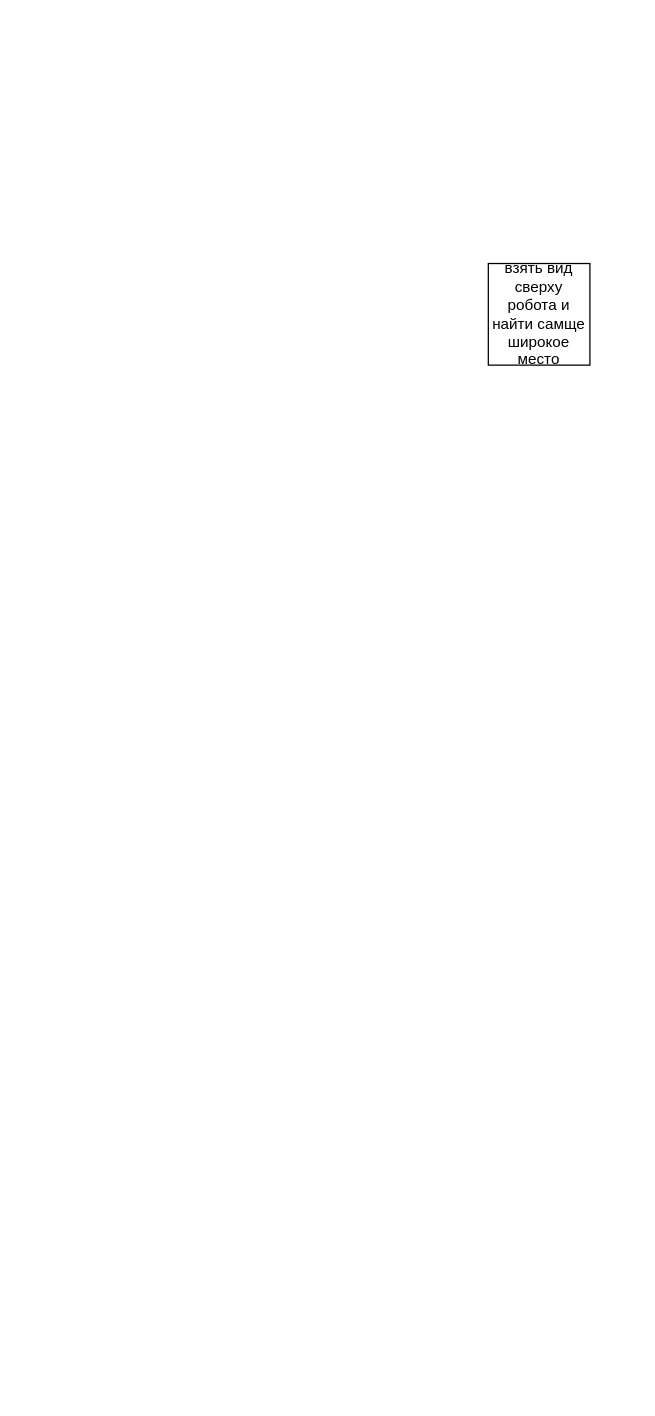
Above: Диаграмма без названия.drawio in rolstuncom/- (draw.io), before the change. Source tidied: cells renumbered, new cells numbered last; positions are measured from the earlier drawing's top-left corner, leaving out a move shared by most shapes. Both pictures are drawn from the tidied source at 127%, with x=0, y=0 at pixel (488, 263).
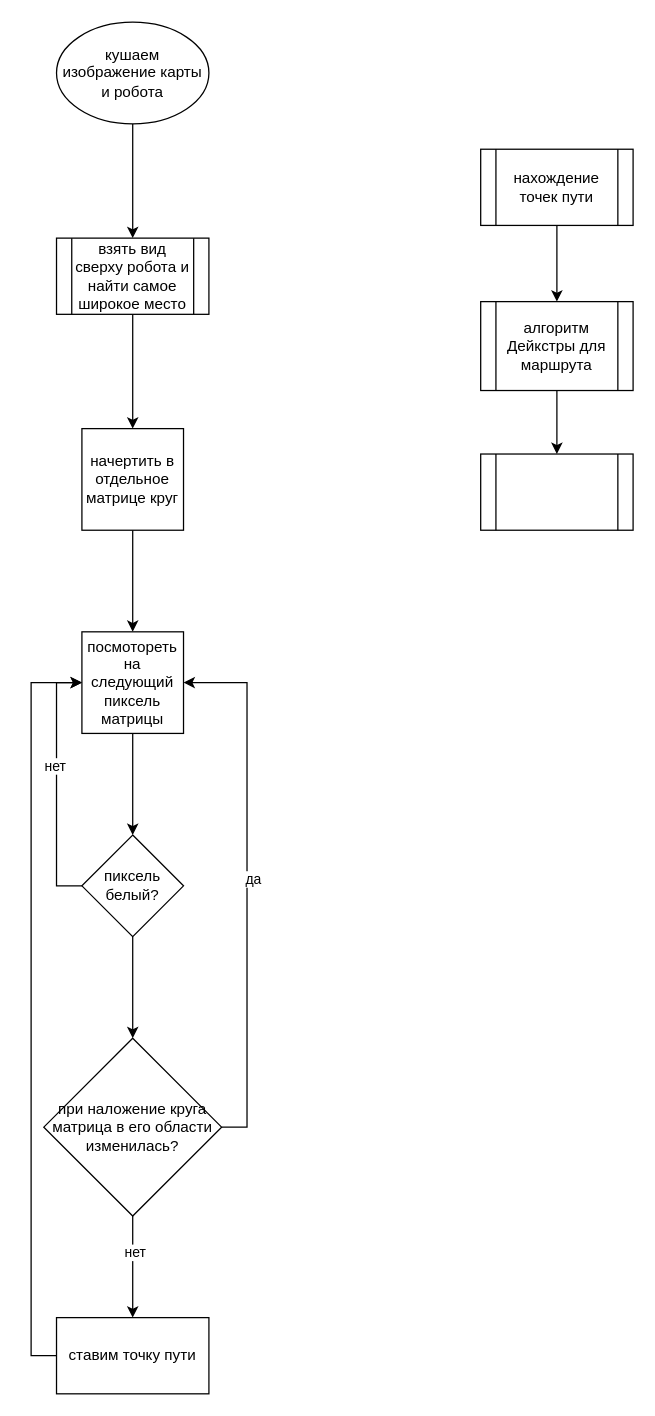
The same page after the edit.

Diff of the diagram source:
```diff
@@
-    <mxCell id="2" value="взять вид сверху робота и найти самще широкое место" style="whiteSpace=wrap;html=1;" parent="1" vertex="1">
-      <mxGeometry width="80" height="80" as="geometry" />
-    </mxCell>
+    <mxCell id="3" style="edgeStyle=orthogonalEdgeStyle;rounded=0;jettySize=auto;html=1;exitX=0.5;exitY=1;exitDx=0;exitDy=0;" parent="1" edge="1" source="26" target="5">
+      <mxGeometry relative="1" as="geometry" />
+    </mxCell>
+    <mxCell id="4" style="edgeStyle=orthogonalEdgeStyle;rounded=0;jettySize=auto;html=1;" parent="1" edge="1" source="5" target="7">
+      <mxGeometry relative="1" as="geometry" />
+    </mxCell>
+    <mxCell id="5" value="начертить в отдельное матрице круг" style="whiteSpace=wrap;html=1;" parent="1" vertex="1">
+      <mxGeometry x="-320" y="130" width="80" height="80" as="geometry" />
+    </mxCell>
+    <mxCell id="6" style="edgeStyle=orthogonalEdgeStyle;rounded=0;jettySize=auto;html=1;" parent="1" edge="1" source="7" target="11">
+      <mxGeometry relative="1" as="geometry" />
+    </mxCell>
+    <mxCell id="7" value="посмотореть на следующий пиксель матрицы" style="whiteSpace=wrap;html=1;" parent="1" vertex="1">
+      <mxGeometry x="-320" y="290" width="80" height="80" as="geometry" />
+    </mxCell>
+    <mxCell id="8" style="edgeStyle=orthogonalEdgeStyle;rounded=0;jettySize=auto;html=1;" parent="1" edge="1" source="11" target="16">
+      <mxGeometry relative="1" as="geometry" />
+    </mxCell>
+    <mxCell id="9" style="edgeStyle=orthogonalEdgeStyle;rounded=0;jettySize=auto;html=1;exitX=0;exitY=0.5;exitDx=0;exitDy=0;entryX=0;entryY=0.5;entryDx=0;entryDy=0;" parent="1" edge="1" source="11" target="7">
+      <mxGeometry relative="1" as="geometry" />
+    </mxCell>
+    <mxCell id="10" value="нет" style="edgeLabel;html=1;align=center;verticalAlign=middle;" parent="9" vertex="1">
+      <mxGeometry x="0.15" y="2" relative="1" as="geometry" />
+    </mxCell>
+    <mxCell id="11" value="пиксель белый?" style="rhombus;whiteSpace=wrap;html=1;" parent="1" vertex="1">
+      <mxGeometry x="-320" y="450" width="80" height="80" as="geometry" />
+    </mxCell>
+    <mxCell id="12" style="edgeStyle=orthogonalEdgeStyle;rounded=0;jettySize=auto;html=1;" parent="1" edge="1" source="16" target="18">
+      <mxGeometry relative="1" as="geometry">
+        <Array as="points">
+          <mxPoint x="-280" y="780" />
+          <mxPoint x="-280" y="780" />
+        </Array>
+      </mxGeometry>
+    </mxCell>
+    <mxCell id="13" value="нет" style="edgeLabel;html=1;align=center;verticalAlign=middle;" parent="12" vertex="1">
+      <mxGeometry x="-0.3" y="1" relative="1" as="geometry" />
+    </mxCell>
+    <mxCell id="14" style="edgeStyle=orthogonalEdgeStyle;rounded=0;jettySize=auto;html=1;exitX=1;exitY=0.5;exitDx=0;exitDy=0;entryX=1;entryY=0.5;entryDx=0;entryDy=0;" parent="1" edge="1" source="16" target="7">
+      <mxGeometry relative="1" as="geometry" />
+    </mxCell>
+    <mxCell id="15" value="да" style="edgeLabel;html=1;align=center;verticalAlign=middle;" parent="14" vertex="1">
+      <mxGeometry x="0.03" y="-4" relative="1" as="geometry" />
+    </mxCell>
+    <mxCell id="16" value="при наложение круга матрица в его области изменилась?" style="rhombus;whiteSpace=wrap;html=1;" parent="1" vertex="1">
+      <mxGeometry x="-350" y="610" width="140" height="140" as="geometry" />
+    </mxCell>
+    <mxCell id="17" style="edgeStyle=orthogonalEdgeStyle;rounded=0;jettySize=auto;html=1;exitX=0;exitY=0.5;exitDx=0;exitDy=0;entryX=0;entryY=0.5;entryDx=0;entryDy=0;" parent="1" edge="1" source="18" target="7">
+      <mxGeometry relative="1" as="geometry" />
+    </mxCell>
+    <mxCell id="18" value="ставим точку пути" style="whiteSpace=wrap;html=1;" parent="1" vertex="1">
+      <mxGeometry x="-340" y="830" width="120" height="60" as="geometry" />
+    </mxCell>
+    <mxCell id="19" style="edgeStyle=orthogonalEdgeStyle;rounded=0;jettySize=auto;html=1;exitX=0.5;exitY=1;exitDx=0;exitDy=0;entryX=0.5;entryY=0;entryDx=0;entryDy=0;" parent="1" edge="1" source="20" target="22">
+      <mxGeometry relative="1" as="geometry" />
+    </mxCell>
+    <mxCell id="20" value="нахождение точек пути" style="shape=process;whiteSpace=wrap;html=1;backgroundOutline=1;" parent="1" vertex="1">
+      <mxGeometry x="-6" y="-90" width="120" height="60" as="geometry" />
+    </mxCell>
+    <mxCell id="21" style="edgeStyle=orthogonalEdgeStyle;rounded=0;jettySize=auto;html=1;exitX=0.5;exitY=1;exitDx=0;exitDy=0;" parent="1" edge="1" source="22" target="23">
+      <mxGeometry relative="1" as="geometry" />
+    </mxCell>
+    <mxCell id="22" value="алгоритм Дейкстры для маршрута" style="shape=process;whiteSpace=wrap;html=1;backgroundOutline=1;" parent="1" vertex="1">
+      <mxGeometry x="-6" y="30" width="120" height="70" as="geometry" />
+    </mxCell>
+    <mxCell id="23" style="shape=process;whiteSpace=wrap;html=1;backgroundOutline=1;" parent="1" vertex="1">
+      <mxGeometry x="-6" y="150" width="120" height="60" as="geometry" />
+    </mxCell>
+    <mxCell id="24" style="edgeStyle=orthogonalEdgeStyle;rounded=0;jettySize=auto;html=1;exitX=0.5;exitY=1;exitDx=0;exitDy=0;entryX=0.5;entryY=0;entryDx=0;entryDy=0;" parent="1" edge="1" source="25" target="26">
+      <mxGeometry relative="1" as="geometry" />
+    </mxCell>
+    <mxCell id="25" value="кушаем изображение карты и робота" style="ellipse;whiteSpace=wrap;html=1;" parent="1" vertex="1">
+      <mxGeometry x="-340" y="-190" width="120" height="80" as="geometry" />
+    </mxCell>
+    <mxCell id="26" value="взять вид сверху робота и найти самое широкое место" style="shape=process;whiteSpace=wrap;html=1;backgroundOutline=1;" parent="1" vertex="1">
+      <mxGeometry x="-340" y="-20" width="120" height="60" as="geometry" />
+    </mxCell>
```
